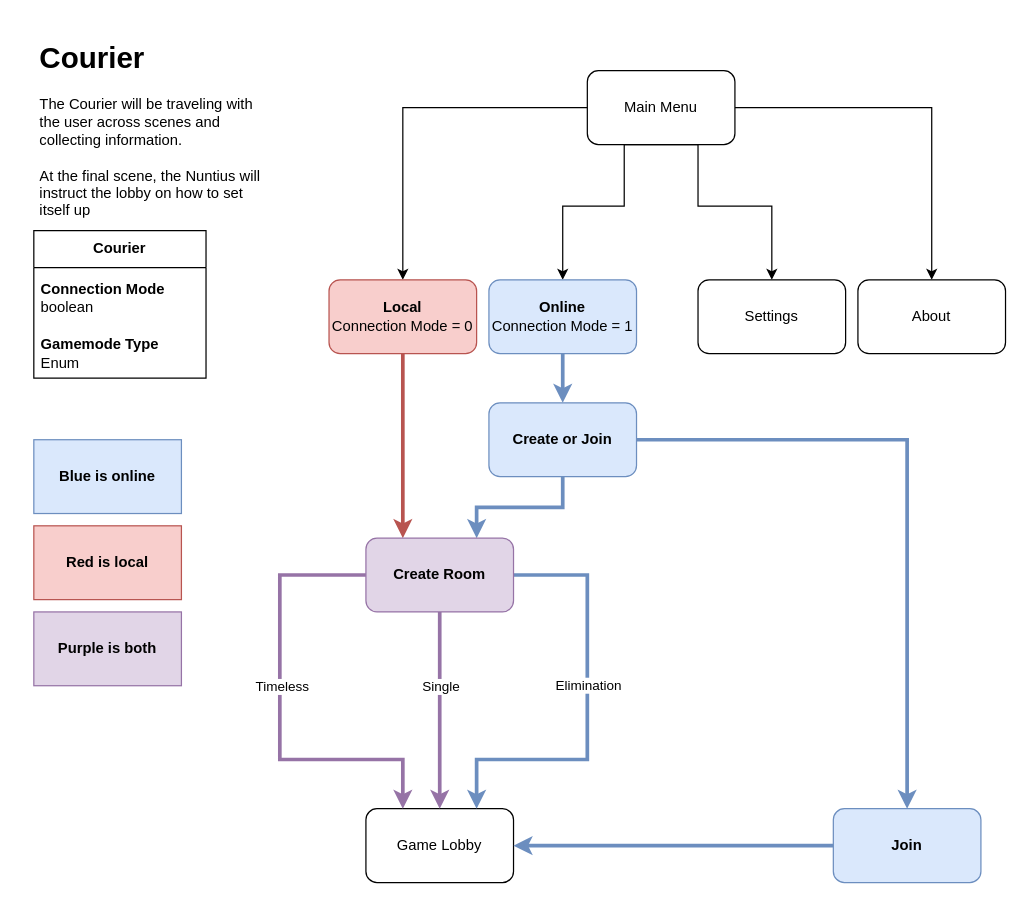
Earlier version of the draw.io diagram Assets/Scenes/Scene Flowchart Diagram.drawio (YoavTC/tag-game). Source tidied: cells renumbered, new cells numbered last; positions are measured from the earlier drawing's top-left corner, leaving out a move shared by most shapes. Both pictures are drawn from the tidied source at 123%, with x=0, y=0 at pixel (33, 33).
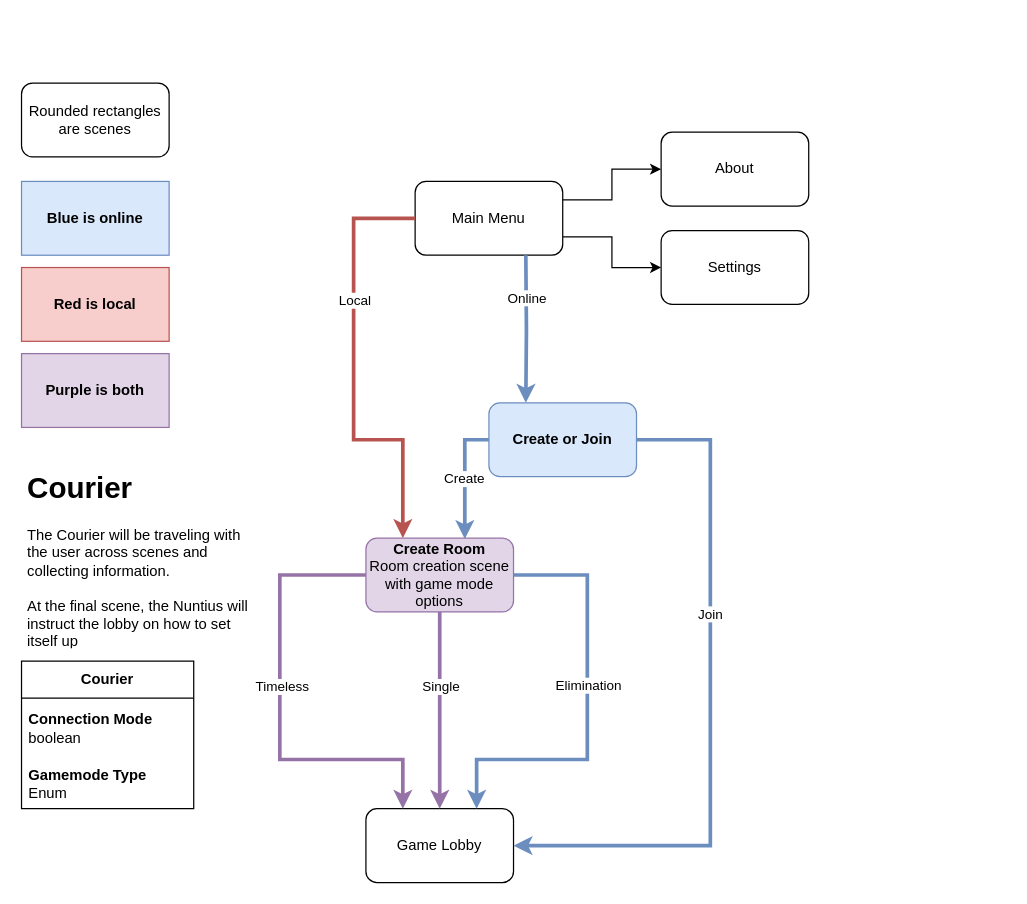
After the change.

Commit message (it also covers changes not shown here):
Improved flowchart

The change refers to these unchanged cells:
```xml
<mxCell id="13" value="Game Lobby" style="rounded=1;whiteSpace=wrap;html=1;" parent="1" vertex="1">
  <mxGeometry x="270" y="630" width="120" height="60" as="geometry" />
</mxCell>
<mxCell id="20" value="&lt;b&gt;Create or Join&lt;/b&gt;" style="rounded=1;whiteSpace=wrap;html=1;fillColor=#dae8fc;strokeColor=#6c8ebf;" parent="1" vertex="1">
  <mxGeometry x="370" y="300" width="120" height="60" as="geometry" />
</mxCell>
```

What changed in the source:
```diff
@@
-    <mxCell id="2" style="edgeStyle=orthogonalEdgeStyle;rounded=0;jettySize=auto;html=1;exitX=0;exitY=0.5;exitDx=0;exitDy=0;entryX=0.5;entryY=0;entryDx=0;entryDy=0;" parent="1" edge="1" source="6" target="10">
-      <mxGeometry relative="1" as="geometry">
-        <Array as="points">
-          <mxPoint x="300" y="60" />
-        </Array>
-      </mxGeometry>
-    </mxCell>
-    <mxCell id="3" style="edgeStyle=orthogonalEdgeStyle;rounded=0;jettySize=auto;html=1;exitX=0.5;exitY=1;exitDx=0;exitDy=0;entryX=0.5;entryY=0;entryDx=0;entryDy=0;" parent="1" edge="1" source="6" target="8">
-      <mxGeometry relative="1" as="geometry">
-        <Array as="points">
-          <mxPoint x="480" y="90" />
-          <mxPoint x="480" y="140" />
-          <mxPoint x="430" y="140" />
-        </Array>
-      </mxGeometry>
-    </mxCell>
-    <mxCell id="4" style="edgeStyle=orthogonalEdgeStyle;rounded=0;jettySize=auto;html=1;exitX=1;exitY=0.5;exitDx=0;exitDy=0;entryX=0.5;entryY=0;entryDx=0;entryDy=0;" parent="1" edge="1" source="6" target="12">
-      <mxGeometry relative="1" as="geometry">
-        <Array as="points">
-          <mxPoint x="730" y="60" />
-        </Array>
-      </mxGeometry>
+    <mxCell id="4" style="edgeStyle=orthogonalEdgeStyle;rounded=0;jettySize=auto;html=1;exitX=1;exitY=0.25;exitDx=0;exitDy=0;entryX=0;entryY=0.5;entryDx=0;entryDy=0;" parent="1" edge="1" source="6" target="12">
+      <mxGeometry relative="1" as="geometry" />
     </mxCell>
-    <mxCell id="5" style="edgeStyle=orthogonalEdgeStyle;rounded=0;jettySize=auto;html=1;exitX=0.5;exitY=1;exitDx=0;exitDy=0;entryX=0.5;entryY=0;entryDx=0;entryDy=0;" parent="1" edge="1" source="6" target="11">
-      <mxGeometry relative="1" as="geometry">
-        <Array as="points">
-          <mxPoint x="540" y="90" />
-          <mxPoint x="540" y="140" />
-          <mxPoint x="600" y="140" />
-        </Array>
-      </mxGeometry>
+    <mxCell id="5" style="edgeStyle=orthogonalEdgeStyle;rounded=0;jettySize=auto;html=1;exitX=1;exitY=0.75;exitDx=0;exitDy=0;entryX=0;entryY=0.5;entryDx=0;entryDy=0;" parent="1" edge="1" source="6" target="11">
+      <mxGeometry relative="1" as="geometry" />
     </mxCell>
     <mxCell id="6" value="Main Menu" style="rounded=1;whiteSpace=wrap;html=1;" parent="1" vertex="1">
-      <mxGeometry x="450" y="30" width="120" height="60" as="geometry" />
+      <mxGeometry x="310" y="120" width="120" height="60" as="geometry" />
     </mxCell>
-    <mxCell id="7" style="edgeStyle=orthogonalEdgeStyle;rounded=0;jettySize=auto;html=1;entryX=0.5;entryY=0;entryDx=0;entryDy=0;strokeWidth=3;fillColor=#dae8fc;strokeColor=#6c8ebf;" parent="1" edge="1" source="8" target="20">
-      <mxGeometry relative="1" as="geometry" />
-    </mxCell>
-    <mxCell id="8" value="&lt;b&gt;Online&lt;/b&gt;&lt;br&gt;&lt;div style=&quot;text-align: left;&quot;&gt;Connection Mode = 1&lt;br&gt;&lt;/div&gt;" style="rounded=1;whiteSpace=wrap;html=1;fillColor=#dae8fc;strokeColor=#6c8ebf;" parent="1" vertex="1">
-      <mxGeometry x="370" y="200" width="120" height="60" as="geometry" />
-    </mxCell>
-    <mxCell id="9" style="edgeStyle=orthogonalEdgeStyle;rounded=0;jettySize=auto;html=1;entryX=0.25;entryY=0;entryDx=0;entryDy=0;fillColor=#f8cecc;strokeColor=#b85450;strokeWidth=3;" parent="1" edge="1" source="10" target="29">
-      <mxGeometry relative="1" as="geometry" />
-    </mxCell>
-    <mxCell id="10" value="&lt;b&gt;Local&lt;/b&gt;&lt;br&gt;Connection Mode = 0" style="rounded=1;whiteSpace=wrap;html=1;fillColor=#f8cecc;strokeColor=#b85450;" parent="1" vertex="1">
-      <mxGeometry x="240" y="200" width="120" height="60" as="geometry" />
-    </mxCell>
+    <mxCell id="33" style="edgeStyle=orthogonalEdgeStyle;rounded=0;jettySize=auto;html=1;entryX=0.25;entryY=0;entryDx=0;entryDy=0;strokeWidth=3;fillColor=#dae8fc;strokeColor=#6c8ebf;" parent="1" edge="1" target="20">
+      <mxGeometry relative="1" as="geometry">
+        <mxPoint x="400" y="180" as="sourcePoint" />
+      </mxGeometry>
+    </mxCell>
+    <mxCell id="34" value="Online" style="edgeLabel;html=1;align=center;verticalAlign=middle;" parent="33" vertex="1">
+      <mxGeometry x="0.1" y="1" relative="1" as="geometry">
+        <mxPoint x="-1" y="-31" as="offset" />
+      </mxGeometry>
+    </mxCell>
+    <mxCell id="35" style="edgeStyle=orthogonalEdgeStyle;rounded=0;jettySize=auto;html=1;exitX=0;exitY=0.5;exitDx=0;exitDy=0;entryX=0.25;entryY=0;entryDx=0;entryDy=0;strokeWidth=3;fillColor=#f8cecc;strokeColor=#b85450;" parent="1" edge="1" source="6" target="29">
+      <mxGeometry relative="1" as="geometry">
+        <Array as="points">
+          <mxPoint x="260" y="150" />
+          <mxPoint x="260" y="330" />
+          <mxPoint x="300" y="330" />
+        </Array>
+      </mxGeometry>
+    </mxCell>
+    <mxCell id="36" value="Local" style="edgeLabel;html=1;align=center;verticalAlign=middle;" parent="35" vertex="1">
+      <mxGeometry x="-0.04" y="-1" relative="1" as="geometry">
+        <mxPoint x="1" y="-52" as="offset" />
+      </mxGeometry>
+    </mxCell>
     <mxCell id="11" value="Settings" style="rounded=1;whiteSpace=wrap;html=1;" parent="1" vertex="1">
-      <mxGeometry x="540" y="200" width="120" height="60" as="geometry" />
+      <mxGeometry x="510" y="160" width="120" height="60" as="geometry" />
     </mxCell>
     <mxCell id="12" value="About" style="rounded=1;whiteSpace=wrap;html=1;" parent="1" vertex="1">
-      <mxGeometry x="670" y="200" width="120" height="60" as="geometry" />
+      <mxGeometry x="510" y="80" width="120" height="60" as="geometry" />
     </mxCell>
@@
     <mxCell id="14" value="&lt;b&gt;Courier&lt;/b&gt;" style="swimlane;fontStyle=0;horizontal=1;startSize=30;whiteSpace=wrap;html=1;" parent="1" vertex="1">
-      <mxGeometry y="160" width="140" height="120" as="geometry" />
+      <mxGeometry x="-10" y="510" width="140" height="120" as="geometry" />
     </mxCell>
@@
     <mxCell id="17" value="&lt;h1&gt;Courier&lt;/h1&gt;&lt;div&gt;The Courier will be traveling with the user across scenes and collecting information.&lt;/div&gt;&lt;div&gt;&lt;br&gt;&lt;/div&gt;&lt;div&gt;At the final scene, the Nuntius will instruct the lobby on how to set itself up&lt;/div&gt;" style="text;html=1;spacing=5;spacingTop=-20;whiteSpace=wrap;overflow=hidden;rounded=0;" parent="1" vertex="1">
-      <mxGeometry width="190" height="150" as="geometry" />
+      <mxGeometry x="-10" y="350" width="190" height="150" as="geometry" />
     </mxCell>
-    <mxCell id="18" style="edgeStyle=orthogonalEdgeStyle;rounded=0;jettySize=auto;html=1;exitX=1;exitY=0.5;exitDx=0;exitDy=0;entryX=0.5;entryY=0;entryDx=0;entryDy=0;fillColor=#dae8fc;strokeColor=#6c8ebf;strokeWidth=3;" parent="1" edge="1" source="20" target="22">
-      <mxGeometry relative="1" as="geometry" />
+    <mxCell id="18" style="edgeStyle=orthogonalEdgeStyle;rounded=0;jettySize=auto;html=1;exitX=1;exitY=0.5;exitDx=0;exitDy=0;fillColor=#dae8fc;strokeColor=#6c8ebf;strokeWidth=3;entryX=1;entryY=0.5;entryDx=0;entryDy=0;" parent="1" edge="1" source="20" target="13">
+      <mxGeometry relative="1" as="geometry">
+        <Array as="points">
+          <mxPoint x="550" y="330" />
+          <mxPoint x="550" y="660" />
+        </Array>
+      </mxGeometry>
     </mxCell>
+    <mxCell id="22" value="Join" style="edgeLabel;html=1;align=center;verticalAlign=middle;points=[];" parent="18" vertex="1">
+      <mxGeometry x="-0.27" y="-1" relative="1" as="geometry" />
+    </mxCell>
-    <mxCell id="19" style="edgeStyle=orthogonalEdgeStyle;rounded=0;jettySize=auto;html=1;exitX=0.5;exitY=1;exitDx=0;exitDy=0;entryX=0.75;entryY=0;entryDx=0;entryDy=0;strokeWidth=3;fillColor=#dae8fc;strokeColor=#6c8ebf;" parent="1" edge="1" source="20" target="29">
-      <mxGeometry relative="1" as="geometry" />
+    <mxCell id="19" style="edgeStyle=orthogonalEdgeStyle;rounded=0;jettySize=auto;html=1;exitX=0;exitY=0.5;exitDx=0;exitDy=0;entryX=0.67;entryY=0.013;entryDx=0;entryDy=0;strokeWidth=3;fillColor=#dae8fc;strokeColor=#6c8ebf;entryPerimeter=0;" parent="1" edge="1" source="20" target="29">
+      <mxGeometry relative="1" as="geometry">
+        <Array as="points">
+          <mxPoint x="350" y="330" />
+          <mxPoint x="350" y="411" />
+        </Array>
+      </mxGeometry>
     </mxCell>
+    <mxCell id="37" value="Create" style="edgeLabel;html=1;align=center;verticalAlign=middle;" parent="19" vertex="1">
+      <mxGeometry x="0.02" y="-1" relative="1" as="geometry" />
+    </mxCell>
@@
-    <mxCell id="21" style="edgeStyle=orthogonalEdgeStyle;rounded=0;jettySize=auto;html=1;exitX=0;exitY=0.5;exitDx=0;exitDy=0;entryX=1;entryY=0.5;entryDx=0;entryDy=0;fillColor=#dae8fc;strokeColor=#6c8ebf;strokeWidth=3;" parent="1" edge="1" source="22" target="13">
-      <mxGeometry relative="1" as="geometry" />
-    </mxCell>
-    <mxCell id="22" value="&lt;b&gt;Join&lt;/b&gt;" style="rounded=1;whiteSpace=wrap;html=1;fillColor=#dae8fc;strokeColor=#6c8ebf;" parent="1" vertex="1">
-      <mxGeometry x="650" y="630" width="120" height="60" as="geometry" />
-    </mxCell>
@@
-    <mxCell id="29" value="&lt;b&gt;Create Room&lt;/b&gt;" style="rounded=1;whiteSpace=wrap;html=1;fillColor=#e1d5e7;strokeColor=#9673a6;" parent="1" vertex="1">
+    <mxCell id="29" value="&lt;b&gt;Create Room&lt;/b&gt;&lt;br&gt;Room creation scene with game mode options" style="rounded=1;whiteSpace=wrap;html=1;fillColor=#e1d5e7;strokeColor=#9673a6;" parent="1" vertex="1">
       <mxGeometry x="270" y="410" width="120" height="60" as="geometry" />
     </mxCell>
     <mxCell id="30" value="&lt;h4&gt;Blue is online&lt;/h4&gt;" style="rounded=0;whiteSpace=wrap;html=1;fillColor=#dae8fc;strokeColor=#6c8ebf;align=center;" parent="1" vertex="1">
-      <mxGeometry y="330" width="120" height="60" as="geometry" />
+      <mxGeometry x="-10" y="120" width="120" height="60" as="geometry" />
     </mxCell>
     <mxCell id="31" value="&lt;h4&gt;Red is local&lt;/h4&gt;" style="rounded=0;whiteSpace=wrap;html=1;fillColor=#f8cecc;strokeColor=#b85450;align=center;" parent="1" vertex="1">
-      <mxGeometry y="400" width="120" height="60" as="geometry" />
+      <mxGeometry x="-10" y="190" width="120" height="60" as="geometry" />
     </mxCell>
     <mxCell id="32" value="&lt;h4&gt;Purple is both&lt;/h4&gt;" style="rounded=0;whiteSpace=wrap;html=1;fillColor=#e1d5e7;strokeColor=#9673a6;align=center;" parent="1" vertex="1">
-      <mxGeometry y="470" width="120" height="60" as="geometry" />
+      <mxGeometry x="-10" y="260" width="120" height="60" as="geometry" />
     </mxCell>
+    <mxCell id="38" value="Rounded rectangles are scenes" style="rounded=1;whiteSpace=wrap;html=1;" parent="1" vertex="1">
+      <mxGeometry x="-10" y="40" width="120" height="60" as="geometry" />
+    </mxCell>
```
